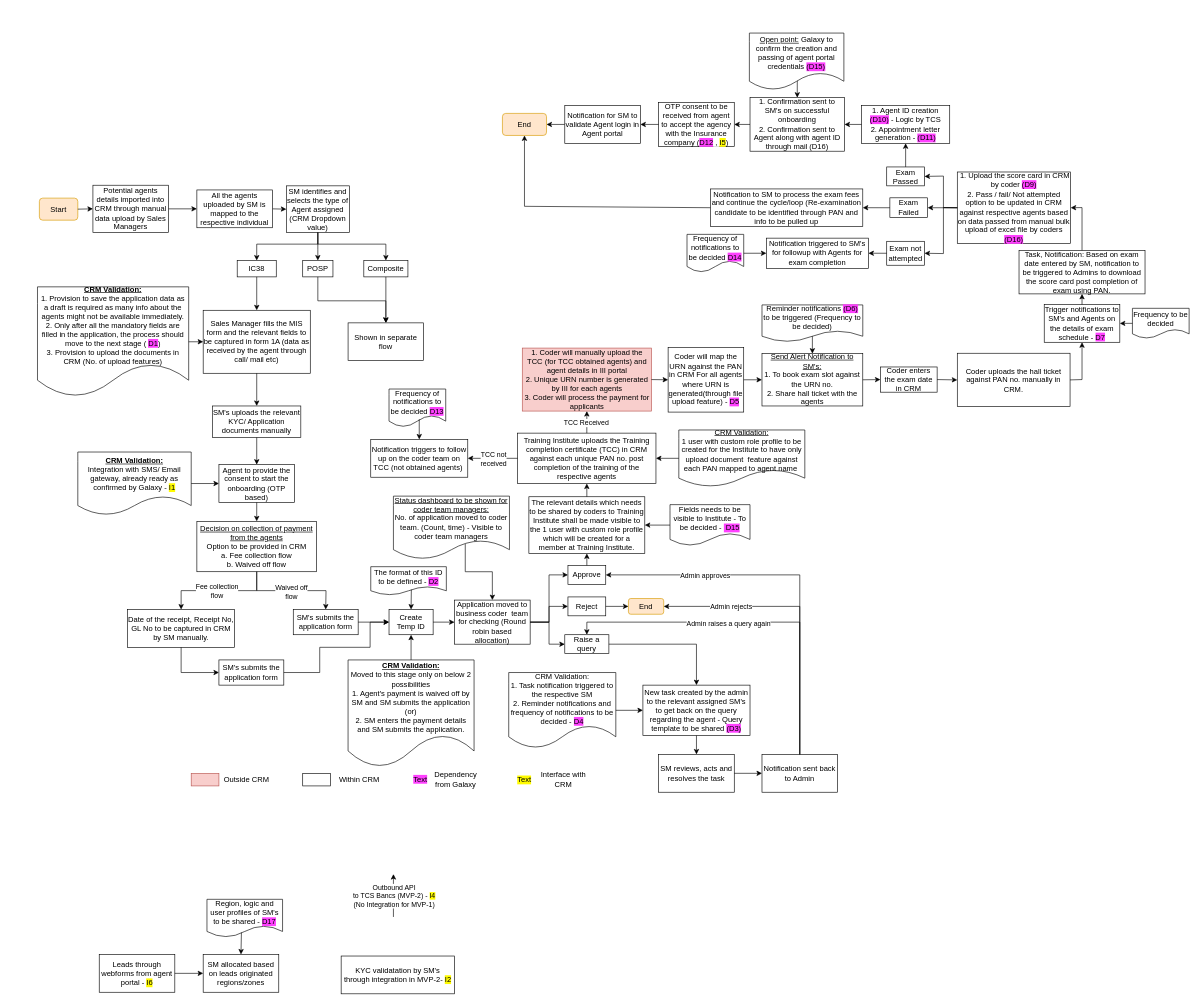
The draw.io diagram Agent Onboarding IC38.drawio in shaileshsreedar/Galaxy, before the edit. Source tidied: cells renumbered, new cells numbered last; positions are measured from the earlier drawing's top-left corner, leaving out a move shared by most shapes. Both pictures are drawn from the tidied source at 63%, with x=0, y=0 at pixel (37, 33).
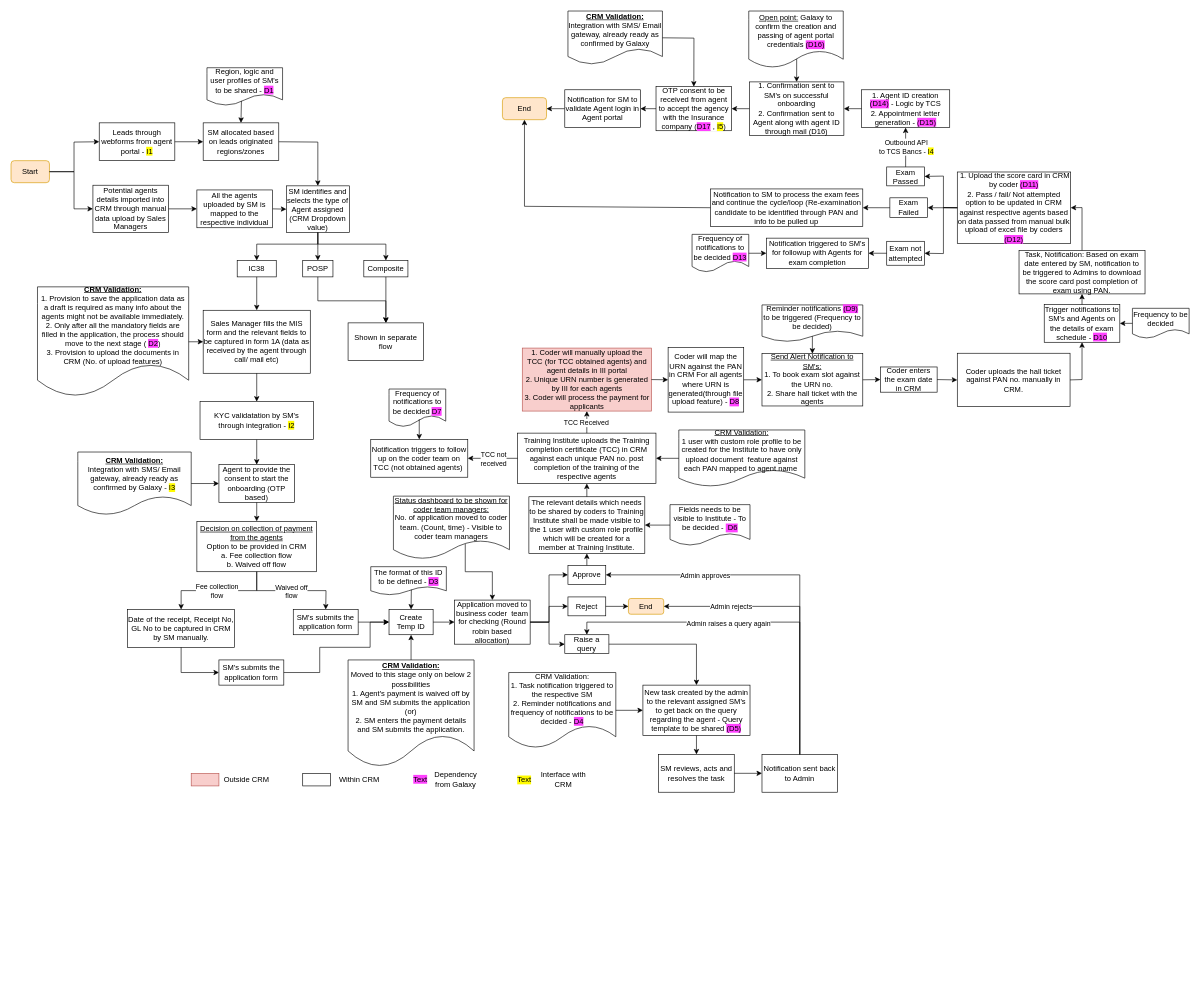
Above is the later version.

Unchanged cells that the change refers to:
```xml
<mxCell id="3" value="Sales Manager fills the MIS form and the relevant fields to be captured in form 1A (data as received by the agent through call/ mail etc)" style="rounded=0;whiteSpace=wrap;html=1;" parent="1" vertex="1">
  <mxGeometry x="263" y="440" width="170" height="100" as="geometry" />
</mxCell>
<mxCell id="4" value="SM identifies and selects the type of Agent assigned (CRM Dropdown value)" style="rounded=0;whiteSpace=wrap;html=1;" parent="1" vertex="1">
  <mxGeometry x="395" y="242.5" width="100" height="74" as="geometry" />
</mxCell>
<mxCell id="14" value="Potential agents details imported into CRM through manual data upload by Sales Managers" style="rounded=0;whiteSpace=wrap;html=1;" parent="1" vertex="1">
  <mxGeometry x="88" y="241.5" width="120" height="75" as="geometry" />
</mxCell>
<mxCell id="22" value="Agent to provide the consent to start the onboarding (OTP based)" style="rounded=0;whiteSpace=wrap;html=1;" parent="1" vertex="1">
  <mxGeometry x="288" y="685" width="120" height="60" as="geometry" />
</mxCell>
<mxCell id="87" value="Exam Passed" style="rounded=0;whiteSpace=wrap;html=1;" parent="1" vertex="1">
  <mxGeometry x="1348" y="212.5" width="60" height="30" as="geometry" />
</mxCell>
```

Change to the diagram source:
```diff
@@
     <mxCell id="2" value="Start" style="rounded=1;whiteSpace=wrap;html=1;fillColor=#ffe6cc;strokeColor=#d79b00;" parent="1" vertex="1">
-      <mxGeometry x="3" y="262" width="61" height="35" as="geometry" />
+      <mxGeometry x="-42" y="202.5" width="61" height="35" as="geometry" />
     </mxCell>
@@
     <mxCell id="13" value="End" style="rounded=1;whiteSpace=wrap;html=1;fillColor=#ffe6cc;strokeColor=#d79b00;" parent="1" vertex="1">
-      <mxGeometry x="738" y="127.5" width="70" height="35" as="geometry" />
+      <mxGeometry x="738" y="102.5" width="70" height="35" as="geometry" />
     </mxCell>
@@
-    <mxCell id="18" value="&lt;b&gt;&lt;u&gt;CRM Validation:&lt;/u&gt;&lt;/b&gt;&lt;div&gt;1. Provision to save the application data as a draft is required as many info about the agents might not be available immediately.&lt;/div&gt;&lt;div&gt;2. Only after all the mandatory fields are filled in the application, the process should move to the next stage (&amp;nbsp;&lt;span style=&quot;background-color: rgb(255, 64, 255);&quot;&gt;D1&lt;/span&gt;)&lt;/div&gt;&lt;div&gt;3. Provision to upload the documents in CRM (No. of upload features)&lt;/div&gt;" style="shape=document;whiteSpace=wrap;html=1;boundedLbl=1;" parent="1" vertex="1">
+    <mxCell id="18" value="&lt;b&gt;&lt;u&gt;CRM Validation:&lt;/u&gt;&lt;/b&gt;&lt;div&gt;1. Provision to save the application data as a draft is required as many info about the agents might not be available immediately.&lt;/div&gt;&lt;div&gt;2. Only after all the mandatory fields are filled in the application, the process should move to the next stage (&amp;nbsp;&lt;span style=&quot;background-color: rgb(255, 64, 255);&quot;&gt;D2&lt;/span&gt;)&lt;/div&gt;&lt;div&gt;3. Provision to upload the documents in CRM (No. of upload features)&lt;/div&gt;" style="shape=document;whiteSpace=wrap;html=1;boundedLbl=1;" parent="1" vertex="1">
       <mxGeometry y="402.8" width="240" height="174.4" as="geometry" />
     </mxCell>
@@
-    <mxCell id="20" value="SM's uploads the relevant KYC/ Application documents manually" style="rounded=0;whiteSpace=wrap;html=1;" parent="1" vertex="1">
-      <mxGeometry x="278" y="591.9" width="140" height="50" as="geometry" />
-    </mxCell>
-    <mxCell id="21" style="endArrow=classic;html=1;rounded=0;exitX=0.5;exitY=1;exitDx=0;exitDy=0;entryX=0.5;entryY=0;entryDx=0;entryDy=0;" parent="1" edge="1" source="3" target="20">
+    <mxCell id="21" style="endArrow=classic;html=1;rounded=0;exitX=0.5;exitY=1;exitDx=0;exitDy=0;entryX=0.5;entryY=0;entryDx=0;entryDy=0;" parent="1" edge="1" source="3" target="143">
       <mxGeometry relative="1" as="geometry" />
     </mxCell>
@@
-    <mxCell id="23" value="&lt;b&gt;&lt;u&gt;CRM Validation:&lt;/u&gt;&lt;/b&gt;&lt;div&gt;Integration with SMS/ Email gateway, already ready as confirmed by Galaxy - &lt;span style=&quot;background-color: rgb(255, 251, 0);&quot;&gt;I1&lt;/span&gt;&lt;/div&gt;" style="shape=document;whiteSpace=wrap;html=1;boundedLbl=1;" parent="1" vertex="1">
+    <mxCell id="23" value="&lt;b&gt;&lt;u&gt;CRM Validation:&lt;/u&gt;&lt;/b&gt;&lt;div&gt;Integration with SMS/ Email gateway, already ready as confirmed by Galaxy - &lt;span style=&quot;background-color: rgb(255, 251, 0);&quot;&gt;I3&lt;/span&gt;&lt;/div&gt;" style="shape=document;whiteSpace=wrap;html=1;boundedLbl=1;" parent="1" vertex="1">
       <mxGeometry x="64" y="665" width="180" height="100" as="geometry" />
     </mxCell>
@@
-    <mxCell id="25" style="endArrow=classic;html=1;rounded=0;exitX=0.5;exitY=1;exitDx=0;exitDy=0;entryX=0.5;entryY=0;entryDx=0;entryDy=0;" parent="1" edge="1" source="20" target="22">
+    <mxCell id="25" style="endArrow=classic;html=1;rounded=0;exitX=0.5;exitY=1;exitDx=0;exitDy=0;entryX=0.5;entryY=0;entryDx=0;entryDy=0;" parent="1" edge="1" source="143" target="22">
       <mxGeometry relative="1" as="geometry" />
     </mxCell>
@@
-    <mxCell id="48" value="The format of this ID to be defined - &lt;span style=&quot;background-color: rgb(255, 64, 255);&quot;&gt;D2&lt;/span&gt;" style="shape=document;whiteSpace=wrap;html=1;boundedLbl=1;" parent="1" vertex="1">
+    <mxCell id="48" value="The format of this ID to be defined - &lt;span style=&quot;background-color: rgb(255, 64, 255);&quot;&gt;D3&lt;/span&gt;" style="shape=document;whiteSpace=wrap;html=1;boundedLbl=1;" parent="1" vertex="1">
       <mxGeometry x="529" y="847" width="120" height="45" as="geometry" />
     </mxCell>
@@
-    <mxCell id="50" value="New task created by the admin to the relevant assigned SM's to get back on the query regarding the agent - Query template to be shared &lt;span style=&quot;background-color: rgb(255, 64, 255);&quot;&gt;(D3)&lt;/span&gt;" style="rounded=0;whiteSpace=wrap;html=1;" parent="1" vertex="1">
+    <mxCell id="50" value="New task created by the admin to the relevant assigned SM's to get back on the query regarding the agent - Query template to be shared &lt;span style=&quot;background-color: rgb(255, 64, 255);&quot;&gt;(D5)&lt;/span&gt;" style="rounded=0;whiteSpace=wrap;html=1;" parent="1" vertex="1">
       <mxGeometry x="961" y="1035" width="170" height="80" as="geometry" />
     </mxCell>
@@
-    <mxCell id="71" value="Coder will map the URN against the PAN in CRM For all agents where URN is generated(through file upload feature) - &lt;span style=&quot;background-color: rgb(255, 64, 255);&quot;&gt;D5&lt;/span&gt;" style="rounded=0;whiteSpace=wrap;html=1;" parent="1" vertex="1">
+    <mxCell id="71" value="Coder will map the URN against the PAN in CRM For all agents where URN is generated(through file upload feature) - &lt;span style=&quot;background-color: rgb(255, 64, 255);&quot;&gt;D8&lt;/span&gt;" style="rounded=0;whiteSpace=wrap;html=1;" parent="1" vertex="1">
       <mxGeometry x="1001" y="499.1" width="120" height="102.5" as="geometry" />
     </mxCell>
@@
-    <mxCell id="75" value="Reminder notifications &lt;span style=&quot;background-color: rgb(255, 64, 255);&quot;&gt;(D6)&lt;/span&gt; to be triggered (Frequency to be decided)" style="shape=document;whiteSpace=wrap;html=1;boundedLbl=1;" parent="1" vertex="1">
+    <mxCell id="75" value="Reminder notifications &lt;span style=&quot;background-color: rgb(255, 64, 255);&quot;&gt;(D9)&lt;/span&gt; to be triggered (Frequency to be decided)" style="shape=document;whiteSpace=wrap;html=1;boundedLbl=1;" parent="1" vertex="1">
       <mxGeometry x="1150" y="431.5" width="160" height="58.5" as="geometry" />
     </mxCell>
@@
-    <mxCell id="79" value="Trigger notifications to SM's and Agents on the details of exam schedule - &lt;span style=&quot;background-color: rgb(255, 64, 255);&quot;&gt;D7&lt;/span&gt;" style="rounded=0;whiteSpace=wrap;html=1;" parent="1" vertex="1">
+    <mxCell id="79" value="Trigger notifications to SM's and Agents on the details of exam schedule - &lt;span style=&quot;background-color: rgb(255, 64, 255);&quot;&gt;D10&lt;/span&gt;" style="rounded=0;whiteSpace=wrap;html=1;" parent="1" vertex="1">
       <mxGeometry x="1598" y="430.8" width="120" height="60" as="geometry" />
     </mxCell>
@@
-    <mxCell id="85" value="&amp;nbsp;1. Upload the score card in CRM by coder&amp;nbsp;&lt;span style=&quot;background-color: rgb(255, 64, 255);&quot;&gt;(D9)&lt;/span&gt;&lt;div&gt;2. Pass / fail/ Not attempted option to be updated in CRM against respective agents based on data passed from manual bulk upload of excel file by coders &lt;span style=&quot;background-color: rgb(255, 64, 255);&quot;&gt;(D16)&lt;/span&gt;&lt;/div&gt;" style="rounded=0;whiteSpace=wrap;html=1;" parent="1" vertex="1">
+    <mxCell id="85" value="&amp;nbsp;1. Upload the score card in CRM by coder&amp;nbsp;&lt;span style=&quot;background-color: rgb(255, 64, 255);&quot;&gt;(D11)&lt;/span&gt;&lt;div&gt;2. Pass / fail/ Not attempted option to be updated in CRM against respective agents based on data passed from manual bulk upload of excel file by coders &lt;span style=&quot;background-color: rgb(255, 64, 255);&quot;&gt;(D12)&lt;/span&gt;&lt;/div&gt;" style="rounded=0;whiteSpace=wrap;html=1;" parent="1" vertex="1">
       <mxGeometry x="1460" y="220.5" width="180" height="113.5" as="geometry" />
     </mxCell>
@@
-    <mxCell id="90" value="1. Agent ID creation &lt;span style=&quot;background-color: rgb(255, 64, 255);&quot;&gt;(D10)&lt;/span&gt; - Logic by TCS&lt;div&gt;2. Appointment letter generation - &lt;span style=&quot;background-color: rgb(255, 64, 255);&quot;&gt;(D11)&lt;/span&gt;&lt;/div&gt;" style="rounded=0;whiteSpace=wrap;html=1;" parent="1" vertex="1">
-      <mxGeometry x="1308" y="115" width="140" height="60" as="geometry" />
+    <mxCell id="90" value="1. Agent ID creation &lt;span style=&quot;background-color: rgb(255, 64, 255);&quot;&gt;(D14)&lt;/span&gt; - Logic by TCS&lt;div&gt;2. Appointment letter generation - &lt;span style=&quot;background-color: rgb(255, 64, 255);&quot;&gt;(D15)&lt;/span&gt;&lt;/div&gt;" style="rounded=0;whiteSpace=wrap;html=1;" parent="1" vertex="1">
+      <mxGeometry x="1308" y="90" width="140" height="60" as="geometry" />
     </mxCell>
-    <mxCell id="91" style="endArrow=classic;html=1;rounded=0;exitX=0.5;exitY=0;exitDx=0;exitDy=0;entryX=0.5;entryY=1;entryDx=0;entryDy=0;" parent="1" edge="1" source="87" target="90">
-      <mxGeometry relative="1" as="geometry" />
-    </mxCell>
     <mxCell id="92" value="1. Confirmation sent to SM's on successful onboarding&lt;div&gt;2. Confirmation sent to Agent along with agent ID through mail (D16)&lt;/div&gt;" style="rounded=0;whiteSpace=wrap;html=1;" parent="1" vertex="1">
-      <mxGeometry x="1131" y="102.5" width="150" height="85" as="geometry" />
+      <mxGeometry x="1130" y="77.5" width="150" height="85" as="geometry" />
     </mxCell>
     <mxCell id="93" value="Notification for SM to validate Agent login in Agent portal" style="rounded=0;whiteSpace=wrap;html=1;" parent="1" vertex="1">
-      <mxGeometry x="837" y="115" width="120" height="60" as="geometry" />
+      <mxGeometry x="837" y="90" width="120" height="60" as="geometry" />
     </mxCell>
@@
-    <mxCell id="104" value="OTP consent to be received from agent to accept the agency with the Insurance company (&lt;span style=&quot;background-color: rgb(255, 64, 255);&quot;&gt;D12&lt;/span&gt;&lt;span style=&quot;background-color: rgb(255, 255, 255);&quot;&gt; , &lt;/span&gt;&lt;span style=&quot;background-color: rgb(255, 251, 0);&quot;&gt;I5&lt;/span&gt;)" style="rounded=0;whiteSpace=wrap;html=1;" parent="1" vertex="1">
-      <mxGeometry x="986" y="110" width="120" height="70" as="geometry" />
+    <mxCell id="104" value="OTP consent to be received from agent to accept the agency with the Insurance company (&lt;span style=&quot;background-color: rgb(255, 64, 255);&quot;&gt;D17&lt;/span&gt;&lt;span style=&quot;background-color: rgb(255, 255, 255);&quot;&gt;&amp;nbsp;, &lt;/span&gt;&lt;span style=&quot;background-color: rgb(255, 251, 0);&quot;&gt;I5&lt;/span&gt;)" style="rounded=0;whiteSpace=wrap;html=1;" parent="1" vertex="1">
+      <mxGeometry x="981.8" y="85" width="120" height="70" as="geometry" />
     </mxCell>
@@
-    <mxCell id="110" value="Frequency of notifications to be decided &lt;span style=&quot;background-color: rgb(255, 64, 255);&quot;&gt;D13&lt;/span&gt;" style="shape=document;whiteSpace=wrap;html=1;boundedLbl=1;" parent="1" vertex="1">
+    <mxCell id="110" value="Frequency of notifications to be decided &lt;span style=&quot;background-color: rgb(255, 64, 255);&quot;&gt;D7&lt;/span&gt;" style="shape=document;whiteSpace=wrap;html=1;boundedLbl=1;" parent="1" vertex="1">
       <mxGeometry x="558" y="565" width="90" height="60" as="geometry" />
     </mxCell>
@@
-    <mxCell id="115" value="Frequency of notifications to be decided &lt;span style=&quot;background-color: rgb(255, 64, 255);&quot;&gt;D14&lt;/span&gt;" style="shape=document;whiteSpace=wrap;html=1;boundedLbl=1;" parent="1" vertex="1">
-      <mxGeometry x="1031" y="319.5" width="90" height="60" as="geometry" />
+    <mxCell id="115" value="Frequency of notifications to be decided &lt;span style=&quot;background-color: rgb(255, 64, 255);&quot;&gt;D13&lt;/span&gt;" style="shape=document;whiteSpace=wrap;html=1;boundedLbl=1;" parent="1" vertex="1">
+      <mxGeometry x="1039" y="319.5" width="90" height="60" as="geometry" />
     </mxCell>
@@
     <mxCell id="117" style="endArrow=classic;html=1;rounded=0;exitX=1;exitY=0.5;exitDx=0;exitDy=0;entryX=0;entryY=0.5;entryDx=0;entryDy=0;" parent="1" edge="1" source="2" target="14">
-      <mxGeometry relative="1" as="geometry" />
+      <mxGeometry relative="1" as="geometry">
+        <Array as="points">
+          <mxPoint x="58" y="220" />
+          <mxPoint x="58" y="279" />
+        </Array>
+      </mxGeometry>
     </mxCell>
@@
-    <mxCell id="135" value="Fields needs to be visible to Institute - To be decided - &lt;span style=&quot;background-color: rgb(255, 64, 255);&quot;&gt;&amp;nbsp;D15&lt;/span&gt;" style="shape=document;whiteSpace=wrap;html=1;boundedLbl=1;" parent="1" vertex="1">
+    <mxCell id="135" value="Fields needs to be visible to Institute - To be decided - &lt;span style=&quot;background-color: rgb(255, 64, 255);&quot;&gt;&amp;nbsp;D6&lt;/span&gt;" style="shape=document;whiteSpace=wrap;html=1;boundedLbl=1;" parent="1" vertex="1">
       <mxGeometry x="1004" y="748.5" width="127" height="65" as="geometry" />
     </mxCell>
@@
-    <mxCell id="137" value="&lt;u style=&quot;background-color: rgb(255, 255, 255);&quot;&gt;Open point:&lt;/u&gt;&amp;nbsp;Galaxy to confirm the creation and passing of agent portal credentials&amp;nbsp;&lt;span style=&quot;background-color: rgb(255, 64, 255);&quot;&gt;(D15)&lt;/span&gt;" style="shape=document;whiteSpace=wrap;html=1;boundedLbl=1;" parent="1" vertex="1">
-      <mxGeometry x="1130" width="150" height="90" as="geometry" />
+    <mxCell id="137" value="&lt;u style=&quot;background-color: rgb(255, 255, 255);&quot;&gt;Open point:&lt;/u&gt;&amp;nbsp;Galaxy to confirm the creation and passing of agent portal credentials&amp;nbsp;&lt;span style=&quot;background-color: rgb(255, 64, 255);&quot;&gt;(D16)&lt;/span&gt;" style="shape=document;whiteSpace=wrap;html=1;boundedLbl=1;" parent="1" vertex="1">
+      <mxGeometry x="1129" y="-35" width="150" height="90" as="geometry" />
     </mxCell>
-    <mxCell id="138" value="Leads through webforms from agent portal -&amp;nbsp;&lt;span style=&quot;background-color: rgb(255, 251, 0);&quot;&gt;I6&lt;/span&gt;" style="rounded=0;whiteSpace=wrap;html=1;" parent="1" vertex="1">
-      <mxGeometry x="98" y="1462.5" width="120" height="60" as="geometry" />
+    <mxCell id="138" value="Leads through webforms from agent portal -&amp;nbsp;&lt;span style=&quot;background-color: rgb(255, 251, 0);&quot;&gt;I1&lt;/span&gt;" style="rounded=0;whiteSpace=wrap;html=1;" parent="1" vertex="1">
+      <mxGeometry x="98" y="142.5" width="120" height="60" as="geometry" />
     </mxCell>
     <mxCell id="139" value="SM allocated based on leads originated regions/zones" style="rounded=0;whiteSpace=wrap;html=1;" parent="1" vertex="1">
-      <mxGeometry x="263" y="1462.5" width="120" height="60" as="geometry" />
+      <mxGeometry x="263" y="142.5" width="120" height="60" as="geometry" />
     </mxCell>
@@
-    <mxCell id="141" value="Region, logic and user profiles of SM's to be shared - &lt;span style=&quot;background-color: rgb(255, 64, 255);&quot;&gt;D17&lt;/span&gt;" style="shape=document;whiteSpace=wrap;html=1;boundedLbl=1;" parent="1" vertex="1">
-      <mxGeometry x="269" y="1375" width="120" height="60" as="geometry" />
+    <mxCell id="141" value="Region, logic and user profiles of SM's to be shared - &lt;span style=&quot;background-color: rgb(255, 64, 255);&quot;&gt;D1&lt;/span&gt;" style="shape=document;whiteSpace=wrap;html=1;boundedLbl=1;" parent="1" vertex="1">
+      <mxGeometry x="269" y="55" width="120" height="60" as="geometry" />
     </mxCell>
@@
-    <mxCell id="143" value="KYC validatation by SM's through integration in MVP-2-&amp;nbsp;&lt;span style=&quot;background-color: rgb(255, 251, 0);&quot;&gt;I2&lt;/span&gt;" style="rounded=0;whiteSpace=wrap;html=1;" parent="1" vertex="1">
-      <mxGeometry x="482" y="1465" width="180" height="60" as="geometry" />
+    <mxCell id="143" value="KYC validatation by SM's through integration -&amp;nbsp;&lt;span style=&quot;background-color: rgb(255, 251, 0);&quot;&gt;I2&lt;/span&gt;" style="rounded=0;whiteSpace=wrap;html=1;" parent="1" vertex="1">
+      <mxGeometry x="258" y="585" width="180" height="60" as="geometry" />
     </mxCell>
-    <mxCell id="144" style="endArrow=classic;html=1;rounded=0;exitX=0.5;exitY=0;exitDx=0;exitDy=0;entryX=0.5;entryY=1;entryDx=0;entryDy=0;" parent="1" edge="1">
-      <mxGeometry relative="1" as="geometry">
-        <mxPoint x="565" y="1403" as="sourcePoint" />
-        <mxPoint x="565" y="1335" as="targetPoint" />
-      </mxGeometry>
+    <mxCell id="144" style="endArrow=classic;html=1;rounded=0;exitX=0.5;exitY=0;exitDx=0;exitDy=0;entryX=0.5;entryY=1;entryDx=0;entryDy=0;" parent="1" edge="1" source="87" target="90">
+      <mxGeometry relative="1" as="geometry" />
     </mxCell>
-    <mxCell id="145" value="Outbound API&lt;div&gt;to TCS Bancs (MVP-2) - &lt;span style=&quot;background-color: rgb(255, 251, 0);&quot;&gt;I4&lt;/span&gt;&lt;/div&gt;&lt;div&gt;&lt;span style=&quot;background-color: rgb(255, 255, 255);&quot;&gt;(No Integration for MVP-1)&lt;/span&gt;&lt;/div&gt;" style="edgeLabel;html=1;align=center;verticalAlign=middle;" parent="144" vertex="1">
+    <mxCell id="145" value="Outbound API&lt;div&gt;to TCS Bancs - &lt;span style=&quot;background-color: rgb(255, 251, 0);&quot;&gt;I4&lt;/span&gt;&lt;/div&gt;" style="edgeLabel;html=1;align=center;verticalAlign=middle;" parent="144" vertex="1">
       <mxGeometry x="0.01" relative="1" as="geometry" />
     </mxCell>
+    <mxCell id="146" style="endArrow=classic;html=1;rounded=0;entryX=0;entryY=0.5;entryDx=0;entryDy=0;exitX=1;exitY=0.5;exitDx=0;exitDy=0;" parent="1" edge="1" source="2" target="138">
+      <mxGeometry relative="1" as="geometry">
+        <Array as="points">
+          <mxPoint x="58" y="220" />
+          <mxPoint x="58" y="173" />
+        </Array>
+      </mxGeometry>
+    </mxCell>
+    <mxCell id="147" style="endArrow=classic;html=1;rounded=0;entryX=0.5;entryY=0;entryDx=0;entryDy=0;exitX=1;exitY=0.5;exitDx=0;exitDy=0;" parent="1" edge="1" source="139" target="4">
+      <mxGeometry relative="1" as="geometry">
+        <Array as="points">
+          <mxPoint x="445" y="173" />
+        </Array>
+      </mxGeometry>
+    </mxCell>
+    <mxCell id="148" value="&lt;b&gt;&lt;u&gt;CRM Validation:&lt;/u&gt;&lt;/b&gt;&lt;div&gt;Integration with SMS/ Email gateway, already ready as confirmed by Galaxy&lt;/div&gt;" style="shape=document;whiteSpace=wrap;html=1;boundedLbl=1;" parent="1" vertex="1">
+      <mxGeometry x="842" y="-35" width="150" height="85" as="geometry" />
+    </mxCell>
+    <mxCell id="149" style="endArrow=classic;html=1;rounded=0;entryX=0.5;entryY=0;entryDx=0;entryDy=0;exitX=1;exitY=0.5;exitDx=0;exitDy=0;" parent="1" edge="1" source="148" target="104">
+      <mxGeometry relative="1" as="geometry">
+        <Array as="points">
+          <mxPoint x="1042" y="8" />
+        </Array>
+      </mxGeometry>
+    </mxCell>
```
